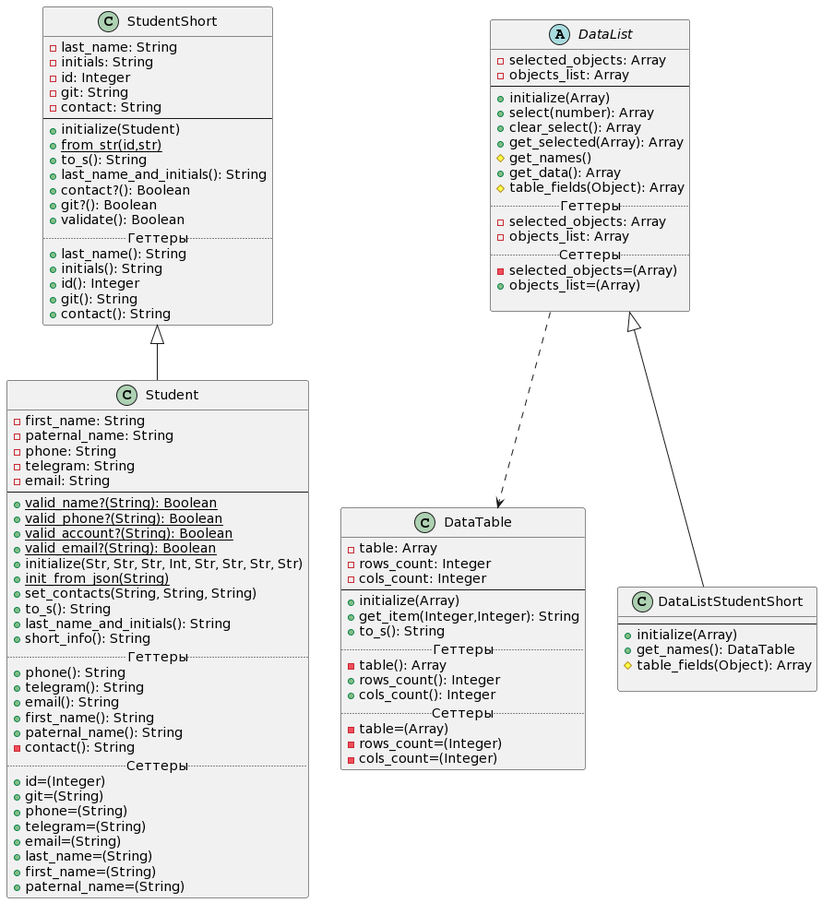
This is Diagrams/class_diagram_lab2.png from waasabi13/ruby_labs, a PlantUML export, as it was before one commit.
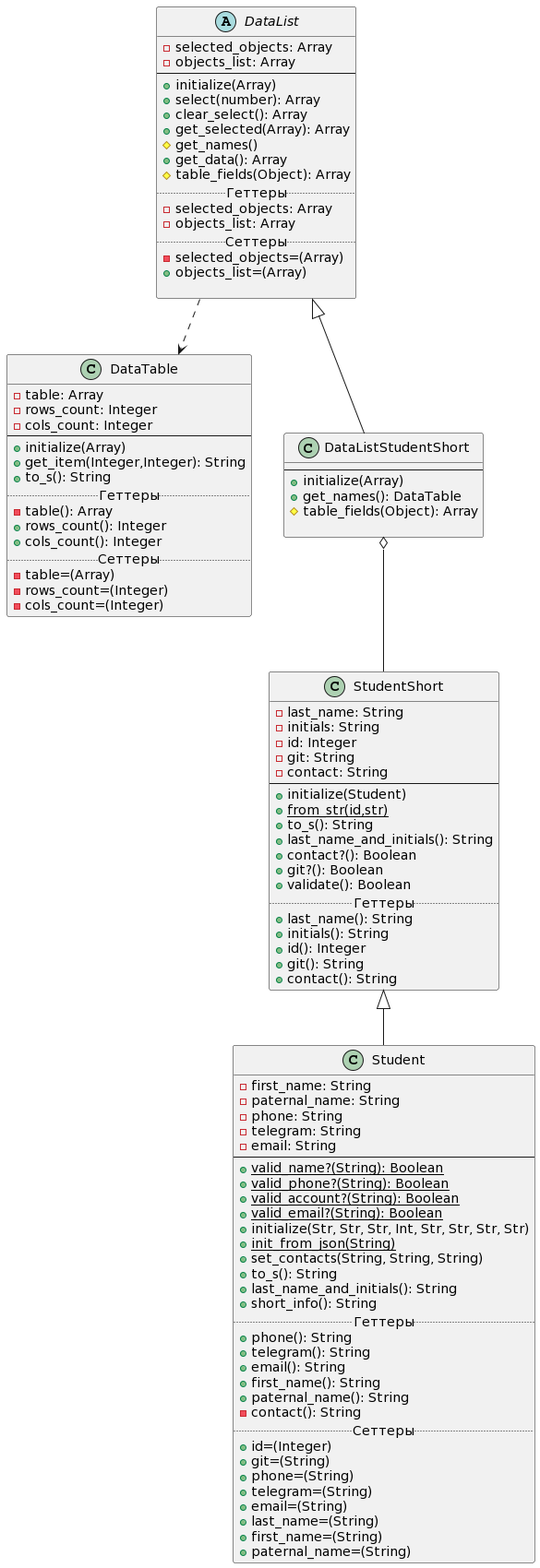
The same diagram one commit later.

Commit message:
добавлены комментарии + обновление диаграммы классов

The edit, as a diff of the source:
```diff
@@ -106,4 +106,6 @@
  }
 
 DataList ..> DataTable
+
+DataListStudentShort o-- StudentShort
 @enduml
```
